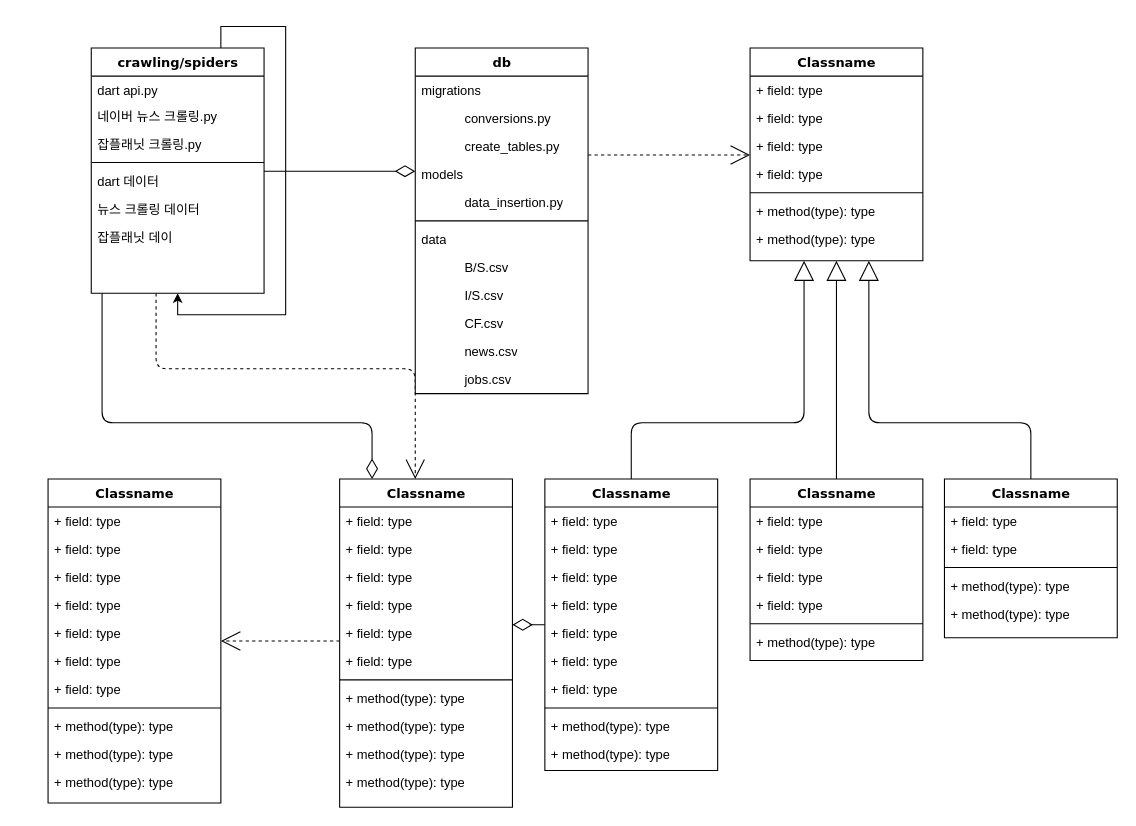
Above: 제목 없는 다이어그램.drawio in devhyunjun/devhyunjun (draw.io), before the change. Source tidied: cells renumbered, new cells numbered last; positions are measured from the earlier drawing's top-left corner, leaving out a move shared by most shapes. Both pictures are drawn from the tidied source at 108%, with x=0, y=0 at pixel (48, 48).
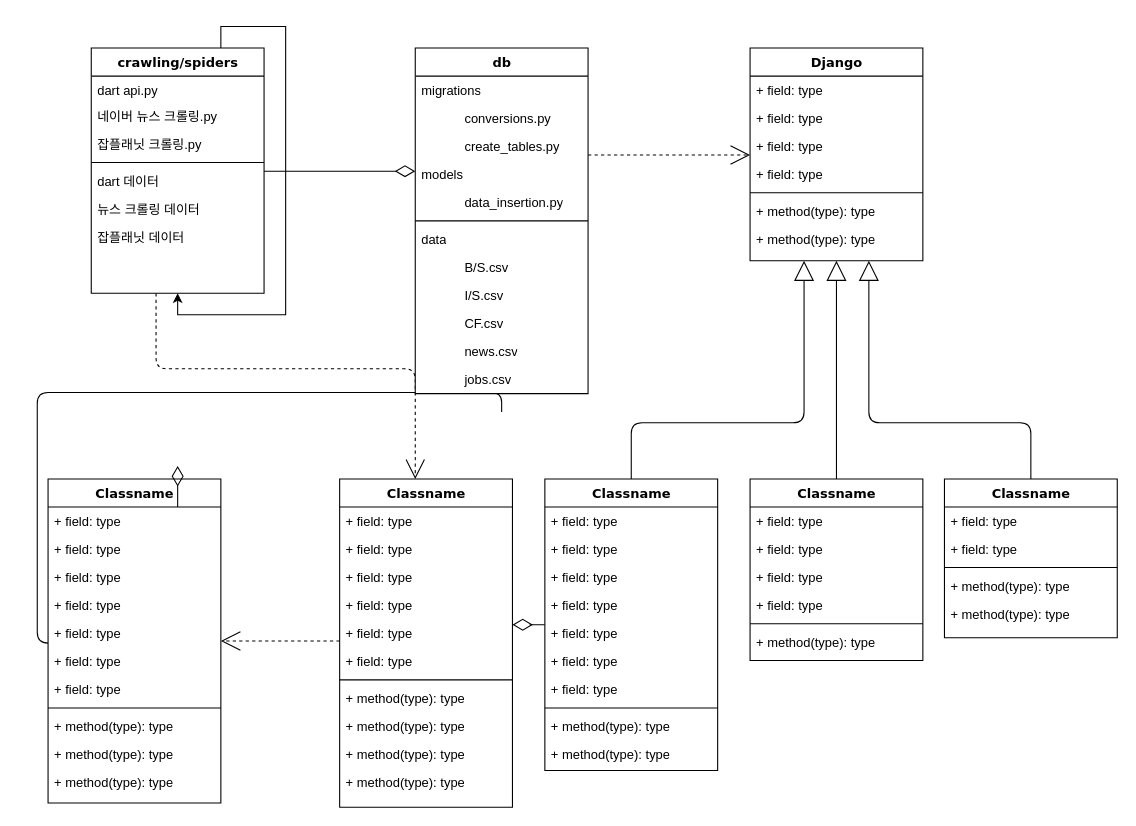
Above is the later version.

Commit message:
제목 없는 다이어그램.drawio 업데이트

The change refers to these unchanged cells:
```xml
<mxCell id="4" value="crawling/spiders" style="swimlane;html=1;fontStyle=1;align=center;verticalAlign=top;horizontal=1;startSize=26;swimlaneFillColor=#ffffff;rounded=0;shadow=0;comic=0;labelBackgroundColor=none;strokeWidth=1;fillColor=none;fontFamily=Verdana;fontSize=12;" parent="1" vertex="1">
  <mxGeometry x="40" width="160" height="227" as="geometry" />
</mxCell>
<mxCell id="48" value="Classname" style="swimlane;html=1;fontStyle=1;align=center;verticalAlign=top;horizontal=1;startSize=26;swimlaneFillColor=#ffffff;rounded=0;shadow=0;comic=0;labelBackgroundColor=none;strokeWidth=1;fillColor=none;fontFamily=Verdana;fontSize=12;" parent="1" vertex="1">
  <mxGeometry x="270" y="399" width="160" height="304" as="geometry" />
</mxCell>
```

Diff of the diagram source:
```diff
@@
-    <mxCell id="3" style="edgeStyle=orthogonalEdgeStyle;html=1;labelBackgroundColor=none;startFill=0;startSize=8;endArrow=diamondThin;endFill=0;endSize=16;fontFamily=Verdana;fontSize=12;" parent="1" edge="1" source="4" target="48">
+    <mxCell id="3" style="edgeStyle=orthogonalEdgeStyle;html=1;labelBackgroundColor=none;startFill=0;startSize=8;endArrow=diamondThin;endFill=0;endSize=16;fontFamily=Verdana;fontSize=12;" parent="1" edge="1">
       <mxGeometry relative="1" as="geometry">
+        <mxPoint x="420" y="337" as="sourcePoint" />
+        <mxPoint x="120" y="387" as="targetPoint" />
         <Array as="points">
-          <mxPoint x="50" y="347" />
-          <mxPoint x="300" y="347" />
+          <mxPoint x="-10" y="319" />
+          <mxPoint x="-10" y="551" />
+          <mxPoint x="120" y="551" />
         </Array>
       </mxGeometry>
     </mxCell>
@@
-    <mxCell id="11" value="잡플래닛 데이" style="text;html=1;strokeColor=none;fillColor=none;align=left;verticalAlign=top;spacingLeft=4;spacingRight=4;whiteSpace=wrap;overflow=hidden;" parent="4" vertex="1">
+    <mxCell id="11" value="잡플래닛 데이터" style="text;html=1;strokeColor=none;fillColor=none;align=left;verticalAlign=top;spacingLeft=4;spacingRight=4;whiteSpace=wrap;overflow=hidden;" parent="4" vertex="1">
       <mxGeometry y="162" width="160" height="26" as="geometry" />
     </mxCell>
@@
-    <mxCell id="26" value="Classname" style="swimlane;html=1;fontStyle=1;align=center;verticalAlign=top;horizontal=1;startSize=26;swimlaneFillColor=#ffffff;rounded=0;shadow=0;comic=0;labelBackgroundColor=none;strokeWidth=1;fillColor=none;fontFamily=Verdana;fontSize=12;" parent="1" vertex="1">
+    <mxCell id="26" value="Django" style="swimlane;html=1;fontStyle=1;align=center;verticalAlign=top;horizontal=1;startSize=26;swimlaneFillColor=#ffffff;rounded=0;shadow=0;comic=0;labelBackgroundColor=none;strokeWidth=1;fillColor=none;fontFamily=Verdana;fontSize=12;" parent="1" vertex="1">
       <mxGeometry x="650" width="160" height="197" as="geometry" />
     </mxCell>
```
